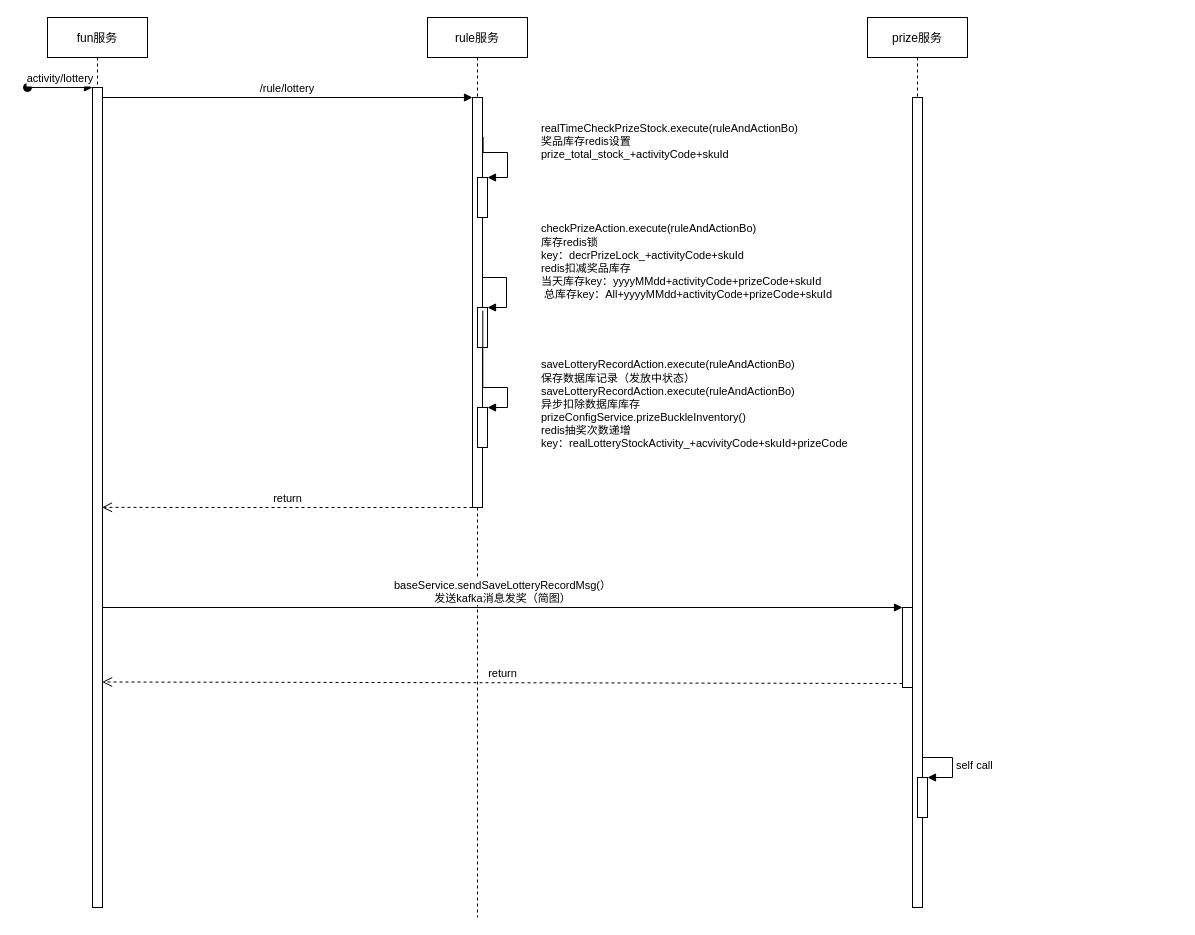
Before: lottery.drawio in MrPeachHua/draw1, a draw.io diagram. Source tidied: cells renumbered, new cells numbered last; positions are measured from the earlier drawing's top-left corner, leaving out a move shared by most shapes. Both pictures are drawn from the tidied source at 100%, with x=0, y=0 at pixel (27, 17).
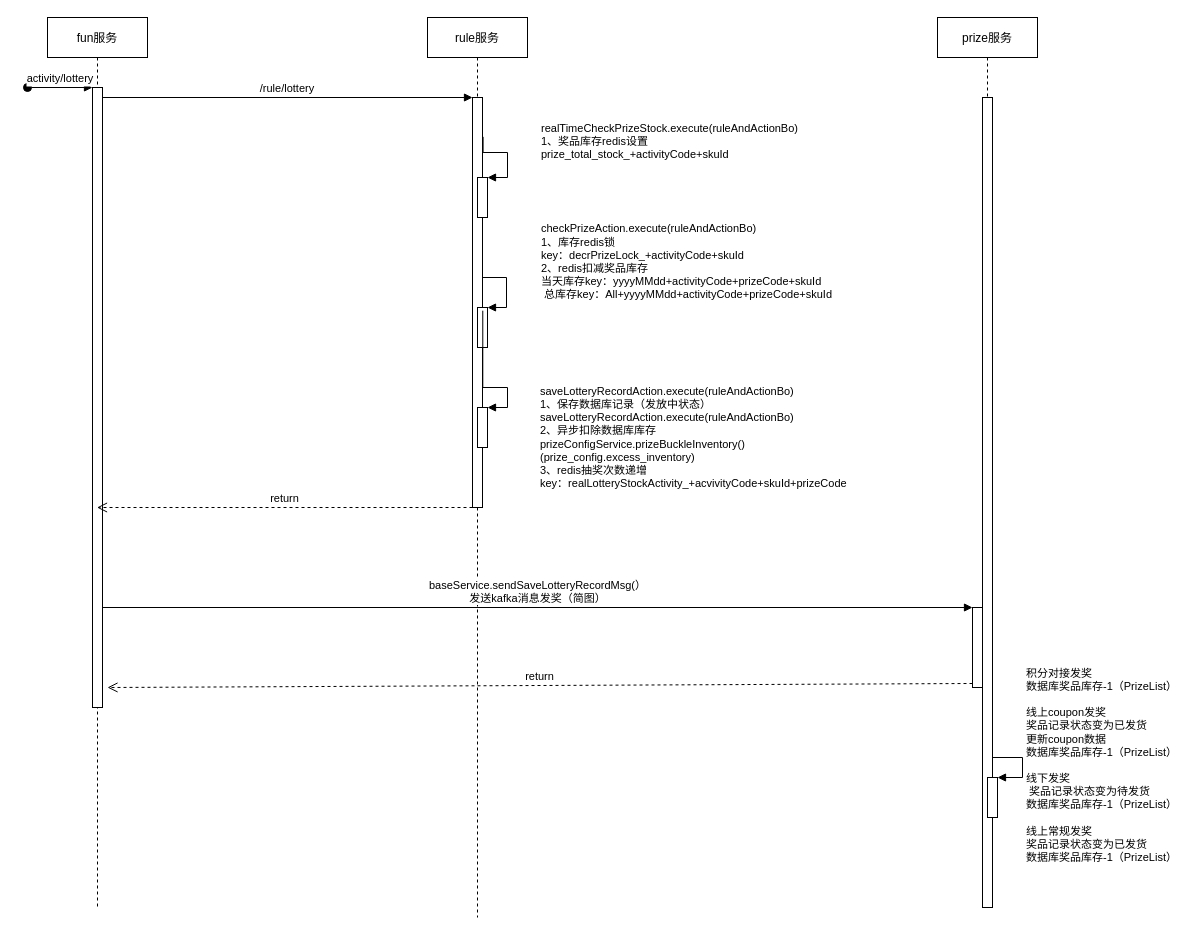
Above is the later version.

Unchanged cells that the change refers to:
```xml
<mxCell id="2" value="fun服务" style="shape=umlLifeline;perimeter=lifelinePerimeter;rounded=0;shadow=0;strokeWidth=1;" parent="1" vertex="1">
  <mxGeometry x="20" width="100" height="890" as="geometry" />
</mxCell>
<mxCell id="5" value="rule服务" style="shape=umlLifeline;perimeter=lifelinePerimeter;rounded=0;shadow=0;strokeWidth=1;" parent="1" vertex="1">
  <mxGeometry x="400" width="100" height="900" as="geometry" />
</mxCell>
<mxCell id="6" style="points=[];perimeter=orthogonalPerimeter;rounded=0;shadow=0;strokeWidth=1;" parent="5" vertex="1">
  <mxGeometry x="45" y="80" width="10" height="410" as="geometry" />
</mxCell>
<mxCell id="7" style="html=1;points=[];perimeter=orthogonalPerimeter;" parent="5" vertex="1">
  <mxGeometry x="50" y="290" width="10" height="40" as="geometry" />
</mxCell>
<mxCell id="9" style="html=1;points=[];perimeter=orthogonalPerimeter;" parent="5" vertex="1">
  <mxGeometry x="50" y="160" width="10" height="40" as="geometry" />
</mxCell>
<mxCell id="11" style="html=1;points=[];perimeter=orthogonalPerimeter;" parent="5" vertex="1">
  <mxGeometry x="50" y="390" width="10" height="40" as="geometry" />
</mxCell>
<mxCell id="16" style="html=1;points=[];perimeter=orthogonalPerimeter;" parent="14" vertex="1">
  <mxGeometry x="35" y="590" width="10" height="80" as="geometry" />
</mxCell>
<mxCell id="17" style="html=1;points=[];perimeter=orthogonalPerimeter;" parent="14" vertex="1">
  <mxGeometry x="50" y="760" width="10" height="40" as="geometry" />
</mxCell>
```

Change to the diagram source:
```diff
@@
     <mxCell id="3" style="points=[];perimeter=orthogonalPerimeter;rounded=0;shadow=0;strokeWidth=1;" parent="2" vertex="1">
-      <mxGeometry x="45" y="70" width="10" height="820" as="geometry" />
+      <mxGeometry x="45" y="70" width="10" height="620" as="geometry" />
     </mxCell>
@@
-    <mxCell id="8" value="&lt;div&gt;&lt;span style=&quot;font-size: 11px;&quot;&gt;checkPrizeAction.execute(ruleAndActionBo)&lt;/span&gt;&lt;br&gt;&lt;/div&gt;&lt;div&gt;库存redis锁&lt;br&gt;key：decrPrizeLock_+activityCode+skuId&lt;span style=&quot;font-size: 11px;&quot;&gt;&lt;br&gt;&lt;/span&gt;&lt;/div&gt;&lt;div&gt;&lt;span style=&quot;font-size: 11px;&quot;&gt;redis扣减奖品库存&lt;/span&gt;&lt;/div&gt;&lt;div&gt;&lt;span style=&quot;font-size: 11px;&quot;&gt;当天库存key：yyyyMMdd+activityCode+prizeCode+skuId&amp;nbsp;&amp;nbsp;&lt;/span&gt;&lt;/div&gt;&lt;div&gt;&lt;span style=&quot;font-size: 11px;&quot;&gt;&amp;nbsp;总库存key：All+yyyyMMdd+activityCode+prizeCode+skuId&amp;nbsp;&lt;/span&gt;&lt;/div&gt;&lt;div&gt;&lt;br&gt;&lt;/div&gt;" style="edgeStyle=orthogonalEdgeStyle;html=1;align=left;spacingLeft=2;endArrow=block;rounded=0;entryX=1;entryY=0;" parent="5" edge="1" target="7">
+    <mxCell id="8" value="&lt;div&gt;&lt;span style=&quot;font-size: 11px;&quot;&gt;checkPrizeAction.execute(ruleAndActionBo)&lt;/span&gt;&lt;br&gt;&lt;/div&gt;&lt;div&gt;1、库存redis锁&lt;br&gt;key：decrPrizeLock_+activityCode+skuId&lt;span style=&quot;font-size: 11px;&quot;&gt;&lt;br&gt;&lt;/span&gt;&lt;/div&gt;&lt;div&gt;&lt;span style=&quot;font-size: 11px;&quot;&gt;2、redis扣减奖品库存&lt;/span&gt;&lt;/div&gt;&lt;div&gt;&lt;span style=&quot;font-size: 11px;&quot;&gt;当天库存key：yyyyMMdd+activityCode+prizeCode+skuId&amp;nbsp;&amp;nbsp;&lt;/span&gt;&lt;/div&gt;&lt;div&gt;&lt;span style=&quot;font-size: 11px;&quot;&gt;&amp;nbsp;总库存key：All+yyyyMMdd+activityCode+prizeCode+skuId&amp;nbsp;&lt;/span&gt;&lt;/div&gt;&lt;div&gt;&lt;br&gt;&lt;/div&gt;" style="edgeStyle=orthogonalEdgeStyle;html=1;align=left;spacingLeft=2;endArrow=block;rounded=0;entryX=1;entryY=0;" parent="5" edge="1" target="7">
       <mxGeometry x="0.05" y="33" relative="1" as="geometry">
         <mxPoint x="55" y="230" as="sourcePoint" />
         <Array as="points">
           <mxPoint x="55" y="260" />
           <mxPoint x="79" y="260" />
           <mxPoint x="79" y="290" />
         </Array>
         <mxPoint x="-2" y="-9" as="offset" />
       </mxGeometry>
     </mxCell>
@@
-    <mxCell id="10" value="realTimeCheckPrizeStock.execute(ruleAndActionBo)&lt;br&gt;奖品库存redis设置&lt;br&gt;&lt;span style=&quot;font-size: 11px;&quot;&gt;prize_total_stock_+activityCode+skuId&lt;/span&gt;" style="edgeStyle=orthogonalEdgeStyle;html=1;align=left;spacingLeft=2;endArrow=block;rounded=0;entryX=1;entryY=0;exitX=1.06;exitY=0.096;exitDx=0;exitDy=0;exitPerimeter=0;" parent="5" edge="1" source="6" target="9">
+    <mxCell id="10" value="realTimeCheckPrizeStock.execute(ruleAndActionBo)&lt;br&gt;1、奖品库存redis设置&lt;br&gt;&lt;span style=&quot;font-size: 11px;&quot;&gt;prize_total_stock_+activityCode+skuId&lt;/span&gt;" style="edgeStyle=orthogonalEdgeStyle;html=1;align=left;spacingLeft=2;endArrow=block;rounded=0;entryX=1;entryY=0;exitX=1.06;exitY=0.096;exitDx=0;exitDy=0;exitPerimeter=0;" parent="5" edge="1" source="6" target="9">
       <mxGeometry x="0.03" y="34" relative="1" as="geometry">
         <Array as="points">
           <mxPoint x="56" y="135" />
           <mxPoint x="80" y="135" />
           <mxPoint x="80" y="160" />
         </Array>
         <mxPoint x="-4" y="-15" as="offset" />
       </mxGeometry>
     </mxCell>
@@
-    <mxCell id="12" value="saveLotteryRecordAction.execute(ruleAndActionBo)&lt;br&gt;保存数据库记录（发放中状态）&lt;br&gt;&lt;span style=&quot;font-size: 11px;&quot;&gt;saveLotteryRecordAction.execute(ruleAndActionBo)&lt;/span&gt;&lt;br&gt;异步扣除数据库库存&lt;br&gt;&lt;span style=&quot;font-size: 11px;&quot;&gt;prizeConfigService.prizeBuckleInventory()&lt;br&gt;&lt;/span&gt;redis抽奖次数递增&lt;br&gt;key：realLotteryStockActivity_+acvivityCode+skuId+prizeCode&lt;span style=&quot;font-size: 11px;&quot;&gt;&lt;br&gt;&lt;/span&gt;" style="edgeStyle=orthogonalEdgeStyle;html=1;align=left;spacingLeft=2;endArrow=block;rounded=0;entryX=1;entryY=0;exitX=1.028;exitY=0.52;exitDx=0;exitDy=0;exitPerimeter=0;" parent="5" edge="1" source="6" target="11">
-      <mxGeometry x="0.7" y="30" relative="1" as="geometry">
+    <mxCell id="12" value="saveLotteryRecordAction.execute(ruleAndActionBo)&lt;br&gt;1、保存数据库记录（发放中状态）&lt;br&gt;&lt;span style=&quot;font-size: 11px;&quot;&gt;saveLotteryRecordAction.execute(ruleAndActionBo)&lt;/span&gt;&lt;br&gt;2、异步扣除数据库库存&lt;br&gt;&lt;span style=&quot;font-size: 11px;&quot;&gt;prizeConfigService.prizeBuckleInventory()&lt;br&gt;&lt;/span&gt;(prize_config.excess_inventory)&lt;br&gt;3、redis抽奖次数递增&lt;br&gt;key：realLotteryStockActivity_+acvivityCode+skuId+prizeCode&lt;span style=&quot;font-size: 11px;&quot;&gt;&lt;br&gt;&lt;/span&gt;" style="edgeStyle=orthogonalEdgeStyle;html=1;align=left;spacingLeft=2;endArrow=block;rounded=0;entryX=1;entryY=0;exitX=1.028;exitY=0.52;exitDx=0;exitDy=0;exitPerimeter=0;" parent="5" edge="1" source="6" target="11">
+      <mxGeometry x="0.72" y="42" relative="1" as="geometry">
         <Array as="points">
           <mxPoint x="55" y="370" />
           <mxPoint x="80" y="370" />
           <mxPoint x="80" y="390" />
         </Array>
-        <mxPoint y="-1" as="offset" />
+        <mxPoint x="29" y="-12" as="offset" />
       </mxGeometry>
     </mxCell>
@@
     <mxCell id="14" value="prize服务" style="shape=umlLifeline;perimeter=lifelinePerimeter;rounded=0;shadow=0;strokeWidth=1;" parent="1" vertex="1">
-      <mxGeometry x="840" width="100" height="890" as="geometry" />
+      <mxGeometry x="910" width="100" height="890" as="geometry" />
     </mxCell>
@@
-    <mxCell id="18" value="self call" style="edgeStyle=orthogonalEdgeStyle;html=1;align=left;spacingLeft=2;endArrow=block;rounded=0;entryX=1;entryY=0;" parent="14" edge="1" target="17">
+    <mxCell id="18" value="积分对接发奖&lt;br&gt;数据库奖品库存-1（PrizeList）&lt;br&gt;&lt;br&gt;线上coupon发奖&lt;br&gt;奖品记录状态变为已发货&lt;br&gt;更新coupon数据&lt;br&gt;数据库奖品库存-1（PrizeList）&lt;br&gt;&lt;br&gt;线下发奖&lt;br&gt;&amp;nbsp;奖品记录状态变为待发货&lt;br&gt;数据库奖品库存-1（PrizeList）&lt;br&gt;&lt;br&gt;线上常规发奖&lt;br&gt;奖品记录状态变为已发货&lt;br&gt;数据库奖品库存-1（PrizeList）" style="edgeStyle=orthogonalEdgeStyle;html=1;align=left;spacingLeft=2;endArrow=block;rounded=0;entryX=1;entryY=0;" parent="14" edge="1" target="17">
       <mxGeometry relative="1" as="geometry">
         <mxPoint x="55" y="740" as="sourcePoint" />
         <Array as="points">
           <mxPoint x="85" y="740" />
         </Array>
       </mxGeometry>
     </mxCell>
@@
-    <mxCell id="20" value="return" style="html=1;verticalAlign=bottom;endArrow=open;dashed=1;endSize=8;exitX=0;exitY=0.95;rounded=0;entryX=0.964;entryY=0.725;entryDx=0;entryDy=0;entryPerimeter=0;" parent="1" edge="1" source="16" target="3">
-      <mxGeometry relative="1" as="geometry" />
+    <mxCell id="20" value="return" style="html=1;verticalAlign=bottom;endArrow=open;dashed=1;endSize=8;exitX=0;exitY=0.95;rounded=0;" parent="1" edge="1" source="16">
+      <mxGeometry relative="1" as="geometry">
+        <mxPoint x="80" y="670" as="targetPoint" />
+      </mxGeometry>
     </mxCell>
-    <mxCell id="21" value="return" style="html=1;verticalAlign=bottom;endArrow=open;dashed=1;endSize=8;rounded=0;entryX=0.952;entryY=0.512;entryDx=0;entryDy=0;entryPerimeter=0;" parent="1" edge="1" source="6" target="3">
+    <mxCell id="21" value="return" style="html=1;verticalAlign=bottom;endArrow=open;dashed=1;endSize=8;rounded=0;" parent="1" edge="1" source="6" target="2">
       <mxGeometry relative="1" as="geometry">
         <Array as="points">
           <mxPoint x="190" y="490" />
         </Array>
       </mxGeometry>
     </mxCell>
```
